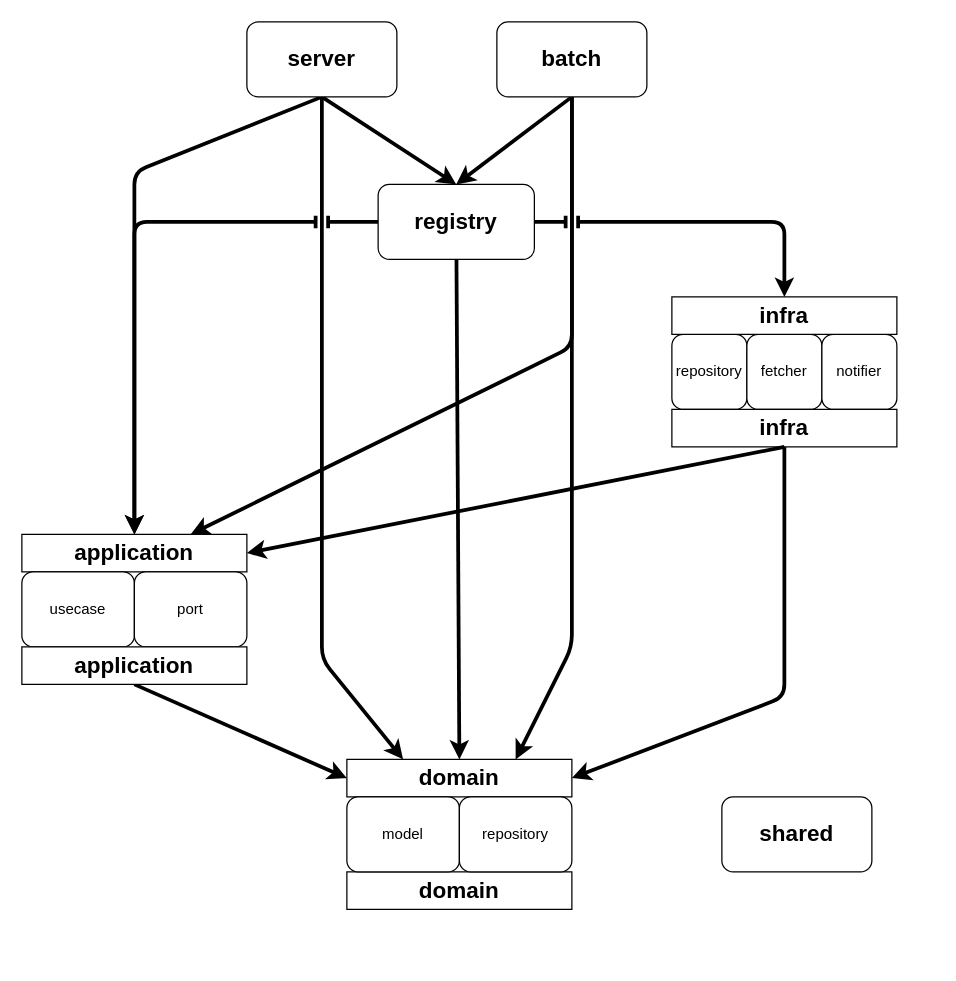
Above: Document/arch.drawio in ose20/manga-update-notifier (draw.io), before the change. Source tidied: cells renumbered, new cells numbered last; positions are measured from the earlier drawing's top-left corner, leaving out a move shared by most shapes. Both pictures are drawn from the tidied source at 125%, with x=0, y=0 at pixel (21, 21).
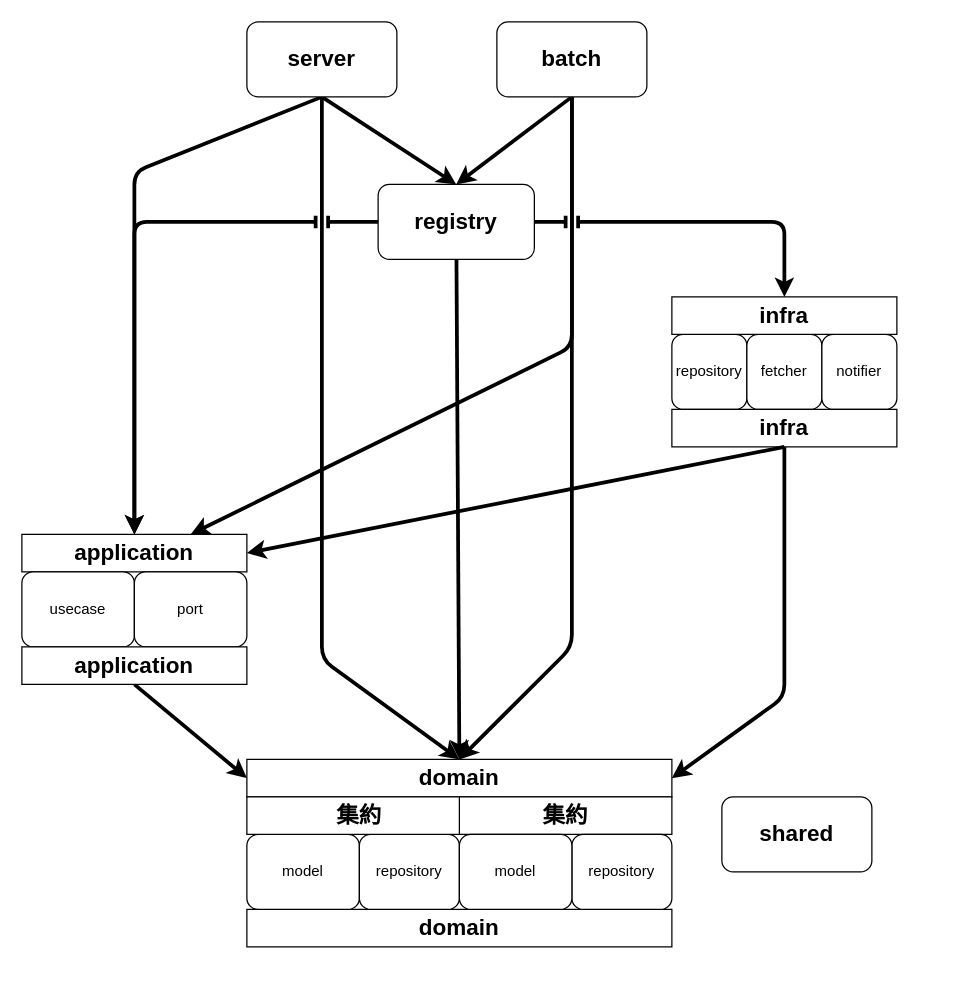
Above is the later version.

The change refers to these unchanged cells:
```xml
<mxCell id="5" value="&lt;h2&gt;server&lt;/h2&gt;" style="rounded=1;whiteSpace=wrap;html=1;" parent="1" vertex="1">
  <mxGeometry x="180" width="120" height="60" as="geometry" />
</mxCell>
<mxCell id="9" value="&lt;h2&gt;batch&lt;/h2&gt;" style="rounded=1;whiteSpace=wrap;html=1;" parent="1" vertex="1">
  <mxGeometry x="380" width="120" height="60" as="geometry" />
</mxCell>
```

Diff of the diagram source:
```diff
@@
-    <mxCell id="2" style="edgeStyle=none;html=1;entryX=0.25;entryY=0;entryDx=0;entryDy=0;strokeWidth=3;" parent="1" edge="1" source="5" target="30">
+    <mxCell id="2" style="edgeStyle=none;html=1;entryX=0.5;entryY=0;entryDx=0;entryDy=0;strokeWidth=3;" parent="1" edge="1" source="5" target="30">
       <mxGeometry relative="1" as="geometry">
         <Array as="points">
           <mxPoint x="240" y="510" />
         </Array>
       </mxGeometry>
     </mxCell>
@@
-    <mxCell id="6" style="edgeStyle=none;html=1;entryX=0.75;entryY=0;entryDx=0;entryDy=0;strokeWidth=3;" parent="1" edge="1" source="9" target="30">
+    <mxCell id="6" style="edgeStyle=none;html=1;strokeWidth=3;entryX=0.5;entryY=0;entryDx=0;entryDy=0;" parent="1" edge="1" source="9" target="30">
       <mxGeometry relative="1" as="geometry">
         <Array as="points">
           <mxPoint x="440" y="500" />
         </Array>
       </mxGeometry>
     </mxCell>
@@
     <mxCell id="29" value="&lt;h2&gt;&lt;b&gt;domain&lt;/b&gt;&lt;/h2&gt;" style="rounded=0;whiteSpace=wrap;html=1;" parent="1" vertex="1">
-      <mxGeometry x="260" y="680" width="180" height="30" as="geometry" />
+      <mxGeometry x="180" y="710" width="340" height="30" as="geometry" />
     </mxCell>
     <mxCell id="30" value="&lt;h2&gt;&lt;b&gt;domain&lt;/b&gt;&lt;/h2&gt;" style="rounded=0;whiteSpace=wrap;html=1;" parent="1" vertex="1">
-      <mxGeometry x="260" y="590" width="180" height="30" as="geometry" />
+      <mxGeometry x="180" y="590" width="340" height="30" as="geometry" />
     </mxCell>
     <mxCell id="31" value="model" style="rounded=1;whiteSpace=wrap;html=1;" parent="1" vertex="1">
-      <mxGeometry x="260" y="620" width="90" height="60" as="geometry" />
+      <mxGeometry x="180" y="650" width="90" height="60" as="geometry" />
     </mxCell>
     <mxCell id="32" value="repository" style="rounded=1;whiteSpace=wrap;html=1;" parent="1" vertex="1">
-      <mxGeometry x="350" y="620" width="90" height="60" as="geometry" />
+      <mxGeometry x="270" y="650" width="80" height="60" as="geometry" />
     </mxCell>
+    <mxCell id="33" value="&lt;h2&gt;集約&lt;/h2&gt;" style="rounded=0;whiteSpace=wrap;html=1;" parent="1" vertex="1">
+      <mxGeometry x="180" y="620" width="180" height="30" as="geometry" />
+    </mxCell>
+    <mxCell id="34" value="&lt;h2&gt;集約&lt;/h2&gt;" style="rounded=0;whiteSpace=wrap;html=1;" parent="1" vertex="1">
+      <mxGeometry x="350" y="620" width="170" height="30" as="geometry" />
+    </mxCell>
+    <mxCell id="35" value="repository" style="rounded=1;whiteSpace=wrap;html=1;" parent="1" vertex="1">
+      <mxGeometry x="440" y="650" width="80" height="60" as="geometry" />
+    </mxCell>
+    <mxCell id="36" value="model" style="rounded=1;whiteSpace=wrap;html=1;" parent="1" vertex="1">
+      <mxGeometry x="350" y="650" width="90" height="60" as="geometry" />
+    </mxCell>
```
